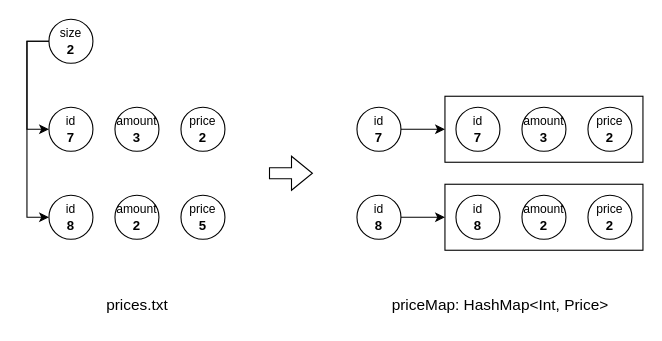
Earlier version of the draw.io diagram page "data_price" (1 of 4) of cheapest-merchandise/dsa.drawio (hanggrian/IIT-CS430). Source tidied: cells renumbered, new cells numbered last; positions are measured from the earlier drawing's top-left corner, leaving out a move shared by most shapes. Both pictures are drawn from the tidied source at 110%, with x=0, y=0 at pixel (48, 19).
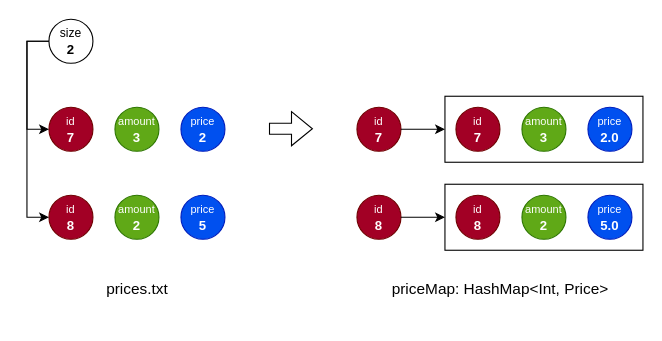
The same diagram, later.

Unchanged cells that the change refers to:
```xml
<mxCell id="5" style="group;" parent="1" vertex="1">
  <mxGeometry width="160" height="200" as="geometry" />
</mxCell>
<mxCell id="15" style="group;" parent="1" vertex="1">
  <mxGeometry x="280" y="70" width="260" height="140" as="geometry" />
</mxCell>
<mxCell id="18" style="group;" parent="15" vertex="1">
  <mxGeometry x="80" width="180" height="60" as="geometry" />
</mxCell>
<mxCell id="24" style="group;" parent="15" vertex="1">
  <mxGeometry x="80" y="80" width="180" height="60" as="geometry" />
</mxCell>
```

The edit, as a diff of the source:
```diff
@@
     <mxCell id="2" style="shape=flexArrow;endArrow=classic;html=1;rounded=0;" parent="1" edge="1">
       <mxGeometry relative="1" as="geometry">
-        <mxPoint x="200" y="140" as="sourcePoint" />
-        <mxPoint x="240" y="140" as="targetPoint" />
+        <mxPoint x="200" y="99.5" as="sourcePoint" />
+        <mxPoint x="240" y="99.5" as="targetPoint" />
       </mxGeometry>
     </mxCell>
     <mxCell id="3" value="prices.txt" style="text;html=1;align=center;verticalAlign=middle;strokeColor=none;fillColor=none;fontSize=14;" parent="1" vertex="1">
-      <mxGeometry x="40" y="245" width="80" height="30" as="geometry" />
+      <mxGeometry x="40" y="230" width="80" height="30" as="geometry" />
     </mxCell>
     <mxCell id="4" value="priceMap: HashMap&amp;lt;Int, Price&amp;gt;" style="text;html=1;align=center;verticalAlign=middle;strokeColor=none;fillColor=none;fontSize=14;" parent="1" vertex="1">
-      <mxGeometry x="300" y="245" width="220" height="30" as="geometry" />
+      <mxGeometry x="300" y="230" width="220" height="30" as="geometry" />
     </mxCell>
@@
-    <mxCell id="7" value="&lt;span style=&quot;font-weight: normal;&quot;&gt;&lt;font style=&quot;font-size: 11px;&quot;&gt;id&lt;/font&gt;&lt;/span&gt;&lt;br&gt;7" style="ellipse;whiteSpace=wrap;html=1;fontStyle=1;" parent="5" vertex="1">
+    <mxCell id="7" value="&lt;span style=&quot;font-weight: normal;&quot;&gt;&lt;font style=&quot;font-size: 10px;&quot;&gt;id&lt;/font&gt;&lt;/span&gt;&lt;br&gt;7" style="ellipse;whiteSpace=wrap;html=1;fontStyle=1;fillColor=#a20025;fontColor=#ffffff;strokeColor=#6F0000;" parent="5" vertex="1">
       <mxGeometry y="80" width="40" height="40" as="geometry" />
     </mxCell>
@@
-    <mxCell id="9" value="&lt;span style=&quot;font-weight: normal;&quot;&gt;&lt;font style=&quot;font-size: 11px;&quot;&gt;amount&lt;/font&gt;&lt;/span&gt;&lt;br&gt;3" style="ellipse;whiteSpace=wrap;html=1;fontStyle=1;" parent="5" vertex="1">
+    <mxCell id="9" value="&lt;span style=&quot;font-weight: normal;&quot;&gt;&lt;font style=&quot;font-size: 10px;&quot;&gt;amount&lt;/font&gt;&lt;/span&gt;&lt;br&gt;3" style="ellipse;whiteSpace=wrap;html=1;fontStyle=1;fillColor=#60a917;fontColor=#ffffff;strokeColor=#2D7600;" parent="5" vertex="1">
       <mxGeometry x="60" y="80" width="40" height="40" as="geometry" />
     </mxCell>
-    <mxCell id="10" value="&lt;font style=&quot;font-size: 11px; font-weight: normal;&quot;&gt;price&lt;/font&gt;&lt;br&gt;2" style="ellipse;whiteSpace=wrap;html=1;fontStyle=1;" parent="5" vertex="1">
+    <mxCell id="10" value="&lt;font style=&quot;font-weight: normal; font-size: 10px;&quot;&gt;price&lt;/font&gt;&lt;br&gt;2" style="ellipse;whiteSpace=wrap;html=1;fontStyle=1;fillColor=#0050ef;fontColor=#ffffff;strokeColor=#001DBC;" parent="5" vertex="1">
       <mxGeometry x="120" y="80" width="40" height="40" as="geometry" />
     </mxCell>
-    <mxCell id="11" value="&lt;font style=&quot;font-size: 11px; font-weight: normal;&quot;&gt;id&lt;/font&gt;&lt;br&gt;8" style="ellipse;whiteSpace=wrap;html=1;fontStyle=1;" parent="5" vertex="1">
+    <mxCell id="11" value="&lt;font style=&quot;font-weight: normal; font-size: 10px;&quot;&gt;id&lt;/font&gt;&lt;br&gt;8" style="ellipse;whiteSpace=wrap;html=1;fontStyle=1;fillColor=#a20025;fontColor=#ffffff;strokeColor=#6F0000;" parent="5" vertex="1">
       <mxGeometry y="160" width="40" height="40" as="geometry" />
     </mxCell>
@@
-    <mxCell id="13" value="&lt;font style=&quot;font-size: 11px; font-weight: normal;&quot;&gt;amount&lt;/font&gt;&lt;br&gt;2" style="ellipse;whiteSpace=wrap;html=1;fontStyle=1;" parent="5" vertex="1">
+    <mxCell id="13" value="&lt;font style=&quot;font-weight: normal; font-size: 10px;&quot;&gt;amount&lt;/font&gt;&lt;br&gt;2" style="ellipse;whiteSpace=wrap;html=1;fontStyle=1;fillColor=#60a917;fontColor=#ffffff;strokeColor=#2D7600;" parent="5" vertex="1">
       <mxGeometry x="60" y="160" width="40" height="40" as="geometry" />
     </mxCell>
-    <mxCell id="14" value="&lt;font style=&quot;font-size: 11px; font-weight: normal;&quot;&gt;price&lt;/font&gt;&lt;br&gt;5" style="ellipse;whiteSpace=wrap;html=1;fontStyle=1;" parent="5" vertex="1">
+    <mxCell id="14" value="&lt;font style=&quot;font-weight: normal; font-size: 10px;&quot;&gt;price&lt;/font&gt;&lt;br&gt;5" style="ellipse;whiteSpace=wrap;html=1;fontStyle=1;fillColor=#0050ef;fontColor=#ffffff;strokeColor=#001DBC;" parent="5" vertex="1">
       <mxGeometry x="120" y="160" width="40" height="40" as="geometry" />
     </mxCell>
@@
-    <mxCell id="16" value="&lt;font style=&quot;font-size: 11px; font-weight: normal;&quot;&gt;id&lt;/font&gt;&lt;br&gt;7" style="ellipse;whiteSpace=wrap;html=1;fontStyle=1;" parent="15" vertex="1">
+    <mxCell id="16" value="&lt;font style=&quot;font-weight: normal; font-size: 10px;&quot;&gt;id&lt;/font&gt;&lt;br&gt;7" style="ellipse;whiteSpace=wrap;html=1;fontStyle=1;fillColor=#a20025;fontColor=#ffffff;strokeColor=#6F0000;" parent="15" vertex="1">
       <mxGeometry y="10" width="40" height="40" as="geometry" />
     </mxCell>
-    <mxCell id="17" value="&lt;font style=&quot;font-size: 11px; font-weight: normal;&quot;&gt;id&lt;/font&gt;&lt;br&gt;8" style="ellipse;whiteSpace=wrap;html=1;fontStyle=1;" parent="15" vertex="1">
+    <mxCell id="17" value="&lt;font style=&quot;font-weight: normal; font-size: 10px;&quot;&gt;id&lt;/font&gt;&lt;br&gt;8" style="ellipse;whiteSpace=wrap;html=1;fontStyle=1;fillColor=#a20025;fontColor=#ffffff;strokeColor=#6F0000;" parent="15" vertex="1">
       <mxGeometry y="90" width="40" height="40" as="geometry" />
     </mxCell>
@@
-    <mxCell id="20" value="&lt;font style=&quot;font-size: 11px; font-weight: normal;&quot;&gt;id&lt;/font&gt;&lt;br&gt;7" style="ellipse;whiteSpace=wrap;html=1;fontStyle=1;" parent="18" vertex="1">
+    <mxCell id="20" value="&lt;font style=&quot;font-weight: normal; font-size: 10px;&quot;&gt;id&lt;/font&gt;&lt;br&gt;7" style="ellipse;whiteSpace=wrap;html=1;fontStyle=1;fillColor=#a20025;fontColor=#ffffff;strokeColor=#6F0000;" parent="18" vertex="1">
       <mxGeometry x="10" y="10" width="40" height="40" as="geometry" />
     </mxCell>
-    <mxCell id="21" value="&lt;font style=&quot;font-size: 11px; font-weight: normal;&quot;&gt;amount&lt;/font&gt;&lt;br&gt;3" style="ellipse;whiteSpace=wrap;html=1;fontStyle=1;" parent="18" vertex="1">
+    <mxCell id="21" value="&lt;font style=&quot;font-weight: normal; font-size: 10px;&quot;&gt;amount&lt;/font&gt;&lt;br&gt;3" style="ellipse;whiteSpace=wrap;html=1;fontStyle=1;fillColor=#60a917;fontColor=#ffffff;strokeColor=#2D7600;" parent="18" vertex="1">
       <mxGeometry x="70" y="10" width="40" height="40" as="geometry" />
     </mxCell>
-    <mxCell id="22" value="&lt;font style=&quot;font-size: 11px; font-weight: normal;&quot;&gt;price&lt;/font&gt;&lt;br&gt;2" style="ellipse;whiteSpace=wrap;html=1;fontStyle=1;" parent="18" vertex="1">
+    <mxCell id="22" value="&lt;font style=&quot;font-weight: normal; font-size: 10px;&quot;&gt;price&lt;/font&gt;&lt;br&gt;2.0" style="ellipse;whiteSpace=wrap;html=1;fontStyle=1;fillColor=#0050ef;fontColor=#ffffff;strokeColor=#001DBC;" parent="18" vertex="1">
       <mxGeometry x="130" y="10" width="40" height="40" as="geometry" />
     </mxCell>
@@
-    <mxCell id="26" value="&lt;font style=&quot;font-size: 11px; font-weight: normal;&quot;&gt;id&lt;/font&gt;&lt;br&gt;8" style="ellipse;whiteSpace=wrap;html=1;fontStyle=1;" parent="24" vertex="1">
+    <mxCell id="26" value="&lt;font style=&quot;font-weight: normal; font-size: 10px;&quot;&gt;id&lt;/font&gt;&lt;br&gt;8" style="ellipse;whiteSpace=wrap;html=1;fontStyle=1;fillColor=#a20025;fontColor=#ffffff;strokeColor=#6F0000;" parent="24" vertex="1">
       <mxGeometry x="10" y="10" width="40" height="40" as="geometry" />
     </mxCell>
-    <mxCell id="27" value="&lt;font style=&quot;font-size: 11px; font-weight: normal;&quot;&gt;amount&lt;/font&gt;&lt;br&gt;2" style="ellipse;whiteSpace=wrap;html=1;fontStyle=1;" parent="24" vertex="1">
+    <mxCell id="27" value="&lt;font style=&quot;font-weight: normal; font-size: 10px;&quot;&gt;amount&lt;/font&gt;&lt;br&gt;2" style="ellipse;whiteSpace=wrap;html=1;fontStyle=1;fillColor=#60a917;fontColor=#ffffff;strokeColor=#2D7600;" parent="24" vertex="1">
       <mxGeometry x="70" y="10" width="40" height="40" as="geometry" />
     </mxCell>
-    <mxCell id="28" value="&lt;font style=&quot;font-size: 11px; font-weight: normal;&quot;&gt;price&lt;/font&gt;&lt;br&gt;2" style="ellipse;whiteSpace=wrap;html=1;fontStyle=1;" parent="24" vertex="1">
+    <mxCell id="28" value="&lt;font style=&quot;font-weight: normal; font-size: 10px;&quot;&gt;price&lt;/font&gt;&lt;br&gt;5.0" style="ellipse;whiteSpace=wrap;html=1;fontStyle=1;fillColor=#0050ef;fontColor=#ffffff;strokeColor=#001DBC;" parent="24" vertex="1">
       <mxGeometry x="130" y="10" width="40" height="40" as="geometry" />
     </mxCell>
```
